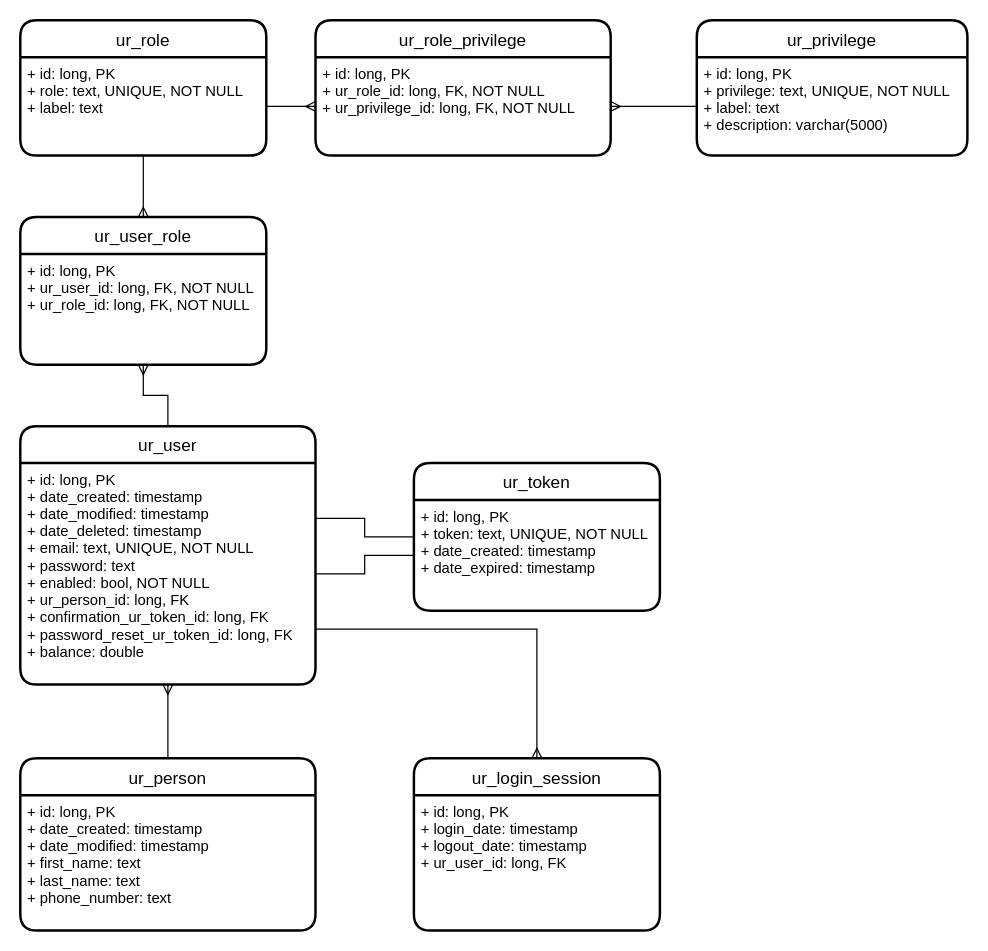
This is page "userroles" (1 of 2) of EMT_diagrams.drawio from bbozilov26/EMT_2023_backend, a draw.io file, before an edit. Source tidied: cells renumbered, new cells numbered last; positions are measured from the earlier drawing's top-left corner, leaving out a move shared by most shapes. Both pictures are drawn from the tidied source at 123%, with x=0, y=0 at pixel (20, 20).
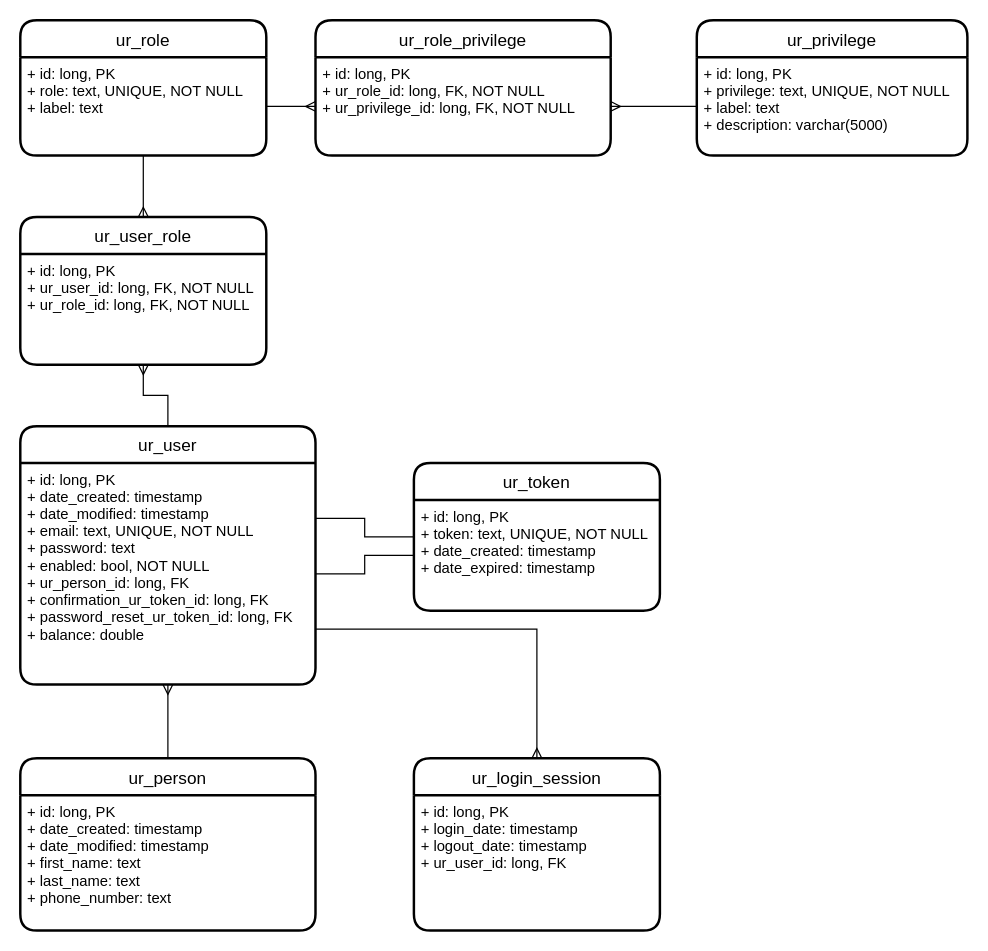
After the change.

Unchanged cells that the change refers to:
```xml
<mxCell id="10" value="ur_user" style="swimlane;horizontal=1;startSize=30;rounded=1;fontSize=14;fontStyle=0;strokeWidth=2;shadow=0;dashed=0;align=center;" parent="1" vertex="1">
  <mxGeometry y="330" width="240" height="210" as="geometry" />
</mxCell>
```

The edit, as a diff of the source:
```diff
@@
-    <mxCell id="11" value="+ id: long, PK&#10;+ date_created: timestamp&#10;+ date_modified: timestamp&#10;+ date_deleted: timestamp&#10;+ email: text, UNIQUE, NOT NULL&#10;+ password: text&#10;+ enabled: bool, NOT NULL&#10;+ ur_person_id: long, FK&#10;+ confirmation_ur_token_id: long, FK&#10;+ password_reset_ur_token_id: long, FK&#10;+ balance: double" style="align=left;strokeColor=none;fillColor=none;spacingLeft=4;fontSize=12;verticalAlign=top;" parent="10" vertex="1">
+    <mxCell id="11" value="+ id: long, PK&#10;+ date_created: timestamp&#10;+ date_modified: timestamp&#10;+ email: text, UNIQUE, NOT NULL&#10;+ password: text&#10;+ enabled: bool, NOT NULL&#10;+ ur_person_id: long, FK&#10;+ confirmation_ur_token_id: long, FK&#10;+ password_reset_ur_token_id: long, FK&#10;+ balance: double" style="align=left;strokeColor=none;fillColor=none;spacingLeft=4;fontSize=12;verticalAlign=top;" parent="10" vertex="1">
       <mxGeometry y="30" width="240" height="180" as="geometry" />
     </mxCell>
```
